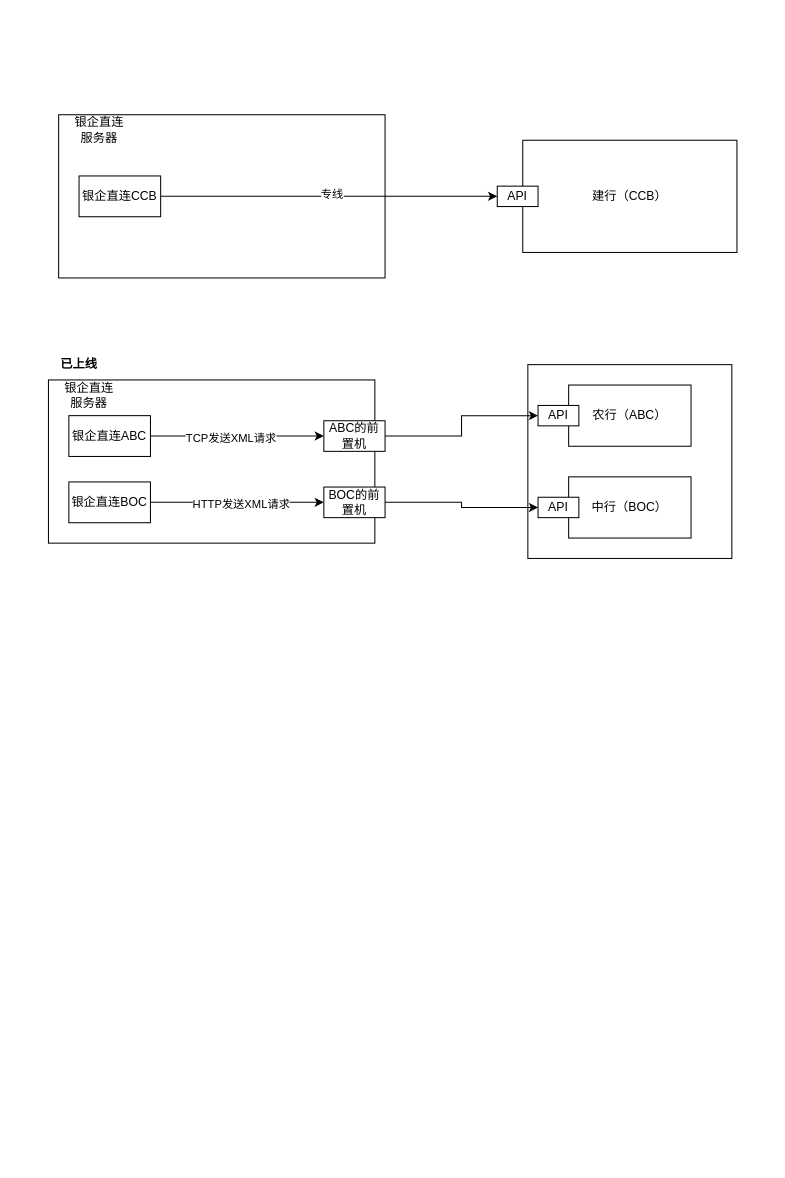
Earlier version of the draw.io diagram salary-platform-present.drawio (fsJerryChan/fsJerryChan). Source tidied: cells renumbered, new cells numbered last; positions are measured from the earlier drawing's top-left corner, leaving out a move shared by most shapes. Both pictures are drawn from the tidied source at 102%, with x=0, y=0 at pixel (48, 114).
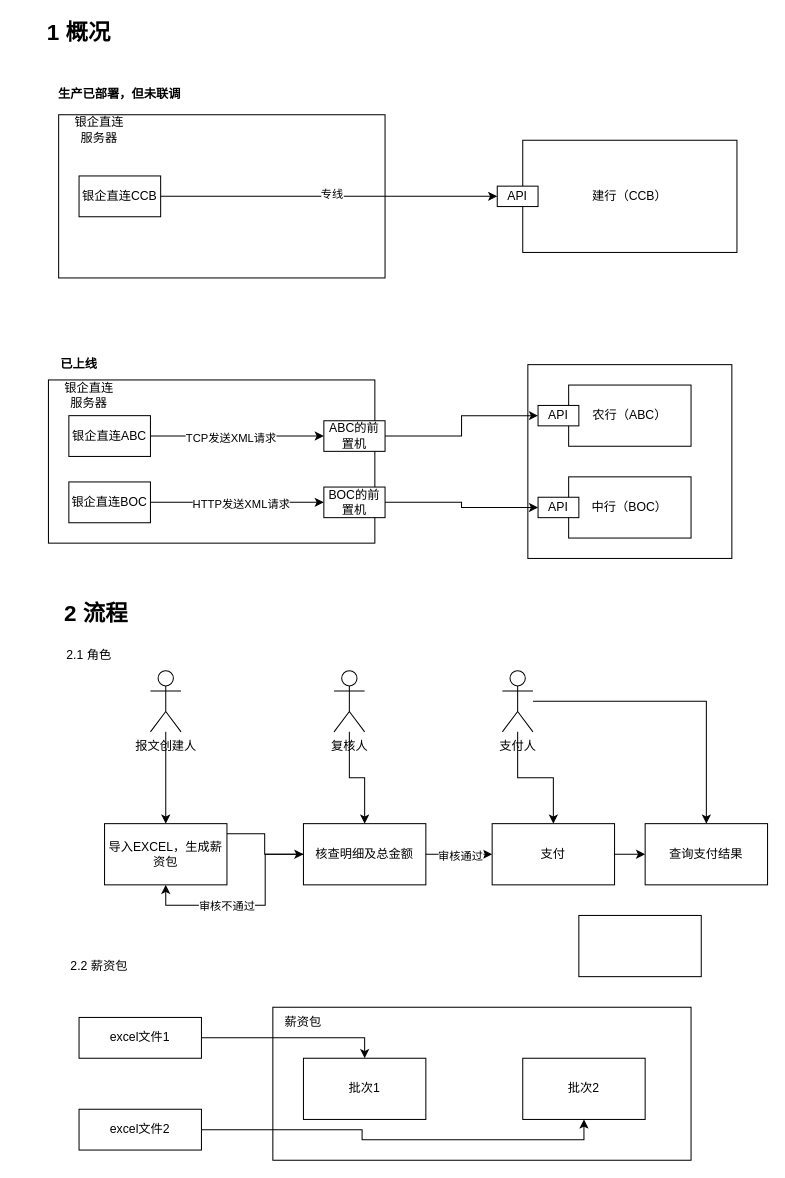
The same page after the edit.

Diff of the diagram source:
```diff
@@
+    <mxCell id="27" value="&lt;b&gt;生产已部署，但未联调&lt;/b&gt;" style="text;strokeColor=none;align=center;fillColor=none;html=1;verticalAlign=middle;whiteSpace=wrap;rounded=0;" parent="1" vertex="1">
+      <mxGeometry y="-35" width="140" height="30" as="geometry" />
+    </mxCell>
+    <mxCell id="28" value="&lt;b&gt;&lt;font style=&quot;font-size: 22px;&quot;&gt;1 概况&lt;/font&gt;&lt;/b&gt;" style="text;strokeColor=none;align=center;fillColor=none;html=1;verticalAlign=middle;whiteSpace=wrap;rounded=0;" parent="1" vertex="1">
+      <mxGeometry x="-30" y="-95" width="120" height="30" as="geometry" />
+    </mxCell>
+    <mxCell id="29" value="&lt;b&gt;&lt;font style=&quot;font-size: 22px;&quot;&gt;2 流程&lt;/font&gt;&lt;/b&gt;" style="text;strokeColor=none;align=center;fillColor=none;html=1;verticalAlign=middle;whiteSpace=wrap;rounded=0;" parent="1" vertex="1">
+      <mxGeometry x="-13" y="475" width="120" height="30" as="geometry" />
+    </mxCell>
+    <mxCell id="30" style="edgeStyle=orthogonalEdgeStyle;rounded=0;jettySize=auto;html=1;entryX=0.5;entryY=0;entryDx=0;entryDy=0;" parent="1" edge="1" source="31" target="39">
+      <mxGeometry relative="1" as="geometry" />
+    </mxCell>
+    <mxCell id="31" value="报文创建人" style="shape=umlActor;verticalLabelPosition=bottom;verticalAlign=top;html=1;outlineConnect=0;" parent="1" vertex="1">
+      <mxGeometry x="100" y="545" width="30" height="60" as="geometry" />
+    </mxCell>
+    <mxCell id="32" value="2.1 角色" style="text;strokeColor=none;align=center;fillColor=none;html=1;verticalAlign=middle;whiteSpace=wrap;rounded=0;" parent="1" vertex="1">
+      <mxGeometry x="10" y="515" width="60" height="30" as="geometry" />
+    </mxCell>
+    <mxCell id="33" style="edgeStyle=orthogonalEdgeStyle;rounded=0;jettySize=auto;html=1;" parent="1" edge="1" source="34" target="44">
+      <mxGeometry relative="1" as="geometry" />
+    </mxCell>
+    <mxCell id="34" value="复核人" style="shape=umlActor;verticalLabelPosition=bottom;verticalAlign=top;html=1;outlineConnect=0;" parent="1" vertex="1">
+      <mxGeometry x="280" y="545" width="30" height="60" as="geometry" />
+    </mxCell>
+    <mxCell id="35" style="edgeStyle=orthogonalEdgeStyle;rounded=0;jettySize=auto;html=1;entryX=0.5;entryY=0;entryDx=0;entryDy=0;" parent="1" edge="1" source="37" target="46">
+      <mxGeometry relative="1" as="geometry" />
+    </mxCell>
+    <mxCell id="36" style="edgeStyle=orthogonalEdgeStyle;rounded=0;jettySize=auto;html=1;entryX=0.5;entryY=0;entryDx=0;entryDy=0;" parent="1" edge="1" source="37" target="47">
+      <mxGeometry relative="1" as="geometry" />
+    </mxCell>
+    <mxCell id="37" value="支付人" style="shape=umlActor;verticalLabelPosition=bottom;verticalAlign=top;html=1;outlineConnect=0;" parent="1" vertex="1">
+      <mxGeometry x="445" y="545" width="30" height="60" as="geometry" />
+    </mxCell>
+    <mxCell id="38" style="edgeStyle=orthogonalEdgeStyle;rounded=0;jettySize=auto;html=1;entryX=0;entryY=0.5;entryDx=0;entryDy=0;" parent="1" edge="1" source="39" target="44">
+      <mxGeometry relative="1" as="geometry">
+        <Array as="points">
+          <mxPoint x="212" y="705" />
+          <mxPoint x="212" y="725" />
+        </Array>
+      </mxGeometry>
+    </mxCell>
+    <mxCell id="39" value="导入EXCEL，生成薪资包" style="rounded=0;whiteSpace=wrap;html=1;" parent="1" vertex="1">
+      <mxGeometry x="55" y="695" width="120" height="60" as="geometry" />
+    </mxCell>
+    <mxCell id="40" style="edgeStyle=orthogonalEdgeStyle;rounded=0;jettySize=auto;html=1;entryX=0;entryY=0.5;entryDx=0;entryDy=0;" parent="1" edge="1" source="44" target="46">
+      <mxGeometry relative="1" as="geometry" />
+    </mxCell>
+    <mxCell id="41" value="审核通过" style="edgeLabel;html=1;align=center;verticalAlign=middle;" parent="40" vertex="1">
+      <mxGeometry x="0.01" y="-1" relative="1" as="geometry" />
+    </mxCell>
+    <mxCell id="42" style="edgeStyle=orthogonalEdgeStyle;rounded=0;jettySize=auto;html=1;entryX=0.5;entryY=1;entryDx=0;entryDy=0;" parent="1" edge="1" source="44" target="39">
+      <mxGeometry relative="1" as="geometry" />
+    </mxCell>
+    <mxCell id="43" value="审核不通过" style="edgeLabel;html=1;align=center;verticalAlign=middle;" parent="42" vertex="1">
+      <mxGeometry x="0.23" relative="1" as="geometry" />
+    </mxCell>
+    <mxCell id="44" value="核查明细及总金额" style="rounded=0;whiteSpace=wrap;html=1;" parent="1" vertex="1">
+      <mxGeometry x="250" y="695" width="120" height="60" as="geometry" />
+    </mxCell>
+    <mxCell id="45" style="edgeStyle=orthogonalEdgeStyle;rounded=0;jettySize=auto;html=1;entryX=0;entryY=0.5;entryDx=0;entryDy=0;" parent="1" edge="1" source="46" target="47">
+      <mxGeometry relative="1" as="geometry" />
+    </mxCell>
+    <mxCell id="46" value="支付" style="rounded=0;whiteSpace=wrap;html=1;" parent="1" vertex="1">
+      <mxGeometry x="435" y="695" width="120" height="60" as="geometry" />
+    </mxCell>
+    <mxCell id="47" value="查询支付结果" style="rounded=0;whiteSpace=wrap;html=1;" parent="1" vertex="1">
+      <mxGeometry x="585" y="695" width="120" height="60" as="geometry" />
+    </mxCell>
+    <mxCell id="48" value="2.2 薪资包" style="text;strokeColor=none;align=center;fillColor=none;html=1;verticalAlign=middle;whiteSpace=wrap;rounded=0;" parent="1" vertex="1">
+      <mxGeometry x="20" y="820" width="60" height="30" as="geometry" />
+    </mxCell>
+    <mxCell id="49" style="rounded=0;whiteSpace=wrap;html=1;" parent="1" vertex="1">
+      <mxGeometry x="220" y="875" width="410" height="150" as="geometry" />
+    </mxCell>
+    <mxCell id="50" value="批次1" style="rounded=0;whiteSpace=wrap;html=1;" parent="1" vertex="1">
+      <mxGeometry x="250" y="925" width="120" height="60" as="geometry" />
+    </mxCell>
+    <mxCell id="51" style="edgeStyle=orthogonalEdgeStyle;rounded=0;jettySize=auto;html=1;entryX=0.5;entryY=0;entryDx=0;entryDy=0;" parent="1" edge="1" source="52" target="50">
+      <mxGeometry relative="1" as="geometry" />
+    </mxCell>
+    <mxCell id="52" value="excel文件1" style="rounded=0;whiteSpace=wrap;html=1;" parent="1" vertex="1">
+      <mxGeometry x="30" y="885" width="120" height="40" as="geometry" />
+    </mxCell>
+    <mxCell id="53" style="edgeStyle=orthogonalEdgeStyle;rounded=0;jettySize=auto;html=1;entryX=0.5;entryY=1;entryDx=0;entryDy=0;" parent="1" edge="1" source="54" target="55">
+      <mxGeometry relative="1" as="geometry" />
+    </mxCell>
+    <mxCell id="54" value="excel文件2" style="rounded=0;whiteSpace=wrap;html=1;" parent="1" vertex="1">
+      <mxGeometry x="30" y="975" width="120" height="40" as="geometry" />
+    </mxCell>
+    <mxCell id="55" value="批次2" style="rounded=0;whiteSpace=wrap;html=1;" parent="1" vertex="1">
+      <mxGeometry x="465" y="925" width="120" height="60" as="geometry" />
+    </mxCell>
+    <mxCell id="56" value="薪资包" style="text;strokeColor=none;align=center;fillColor=none;html=1;verticalAlign=middle;whiteSpace=wrap;rounded=0;" parent="1" vertex="1">
+      <mxGeometry x="220" y="875" width="60" height="30" as="geometry" />
+    </mxCell>
+    <mxCell id="57" style="rounded=0;whiteSpace=wrap;html=1;" parent="1" vertex="1">
+      <mxGeometry x="520" y="785" width="120" height="60" as="geometry" />
+    </mxCell>
```
